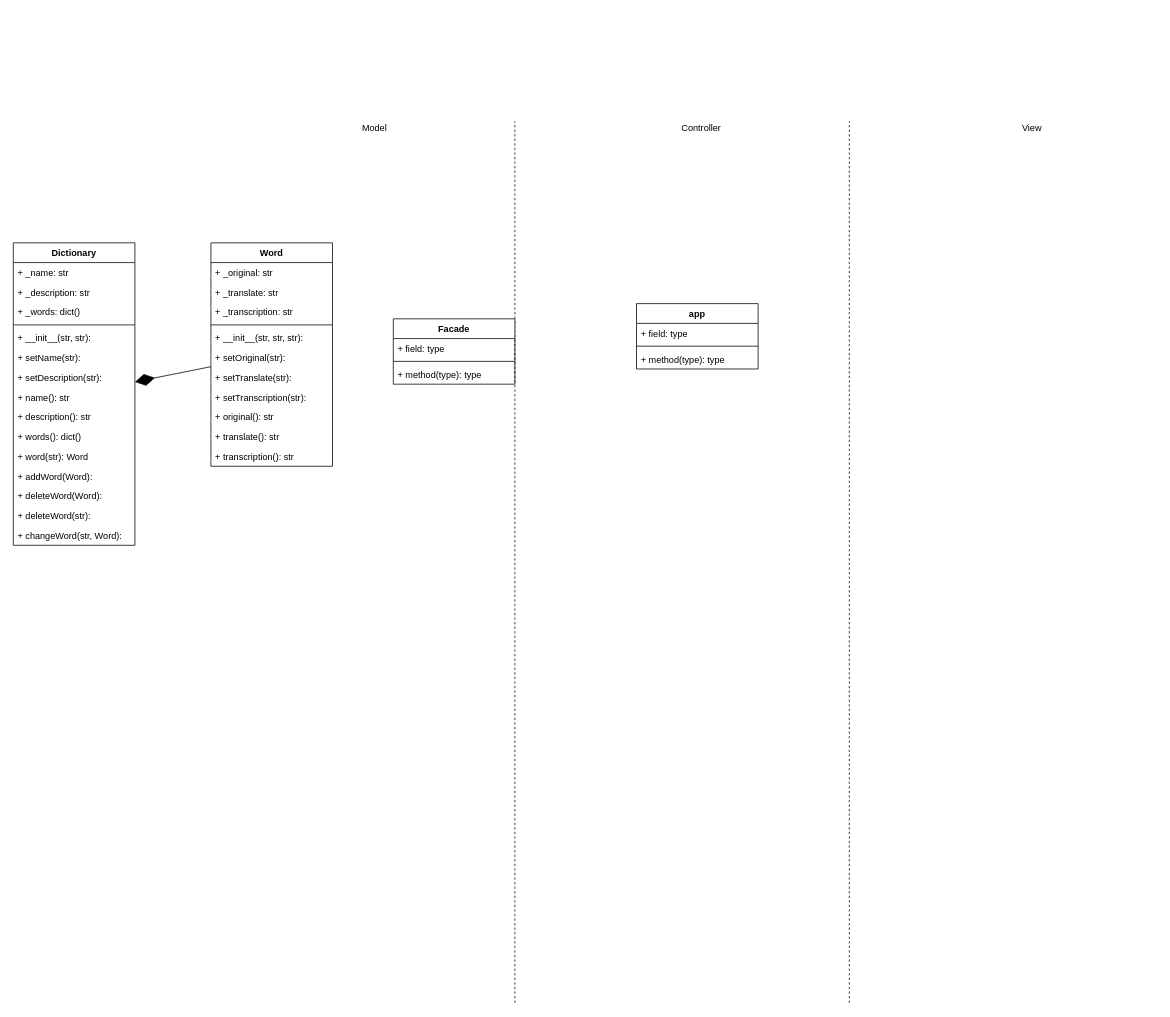
Before: page "classes" (5 of 5) of schemes/scheme.drawio in vikk777/Smart-Dictionary, a draw.io diagram. Source tidied: cells renumbered, new cells numbered last; positions are measured from the earlier drawing's top-left corner, leaving out a move shared by most shapes. Both pictures are drawn from the tidied source at 76%, with x=0, y=0 at pixel (13, 121).
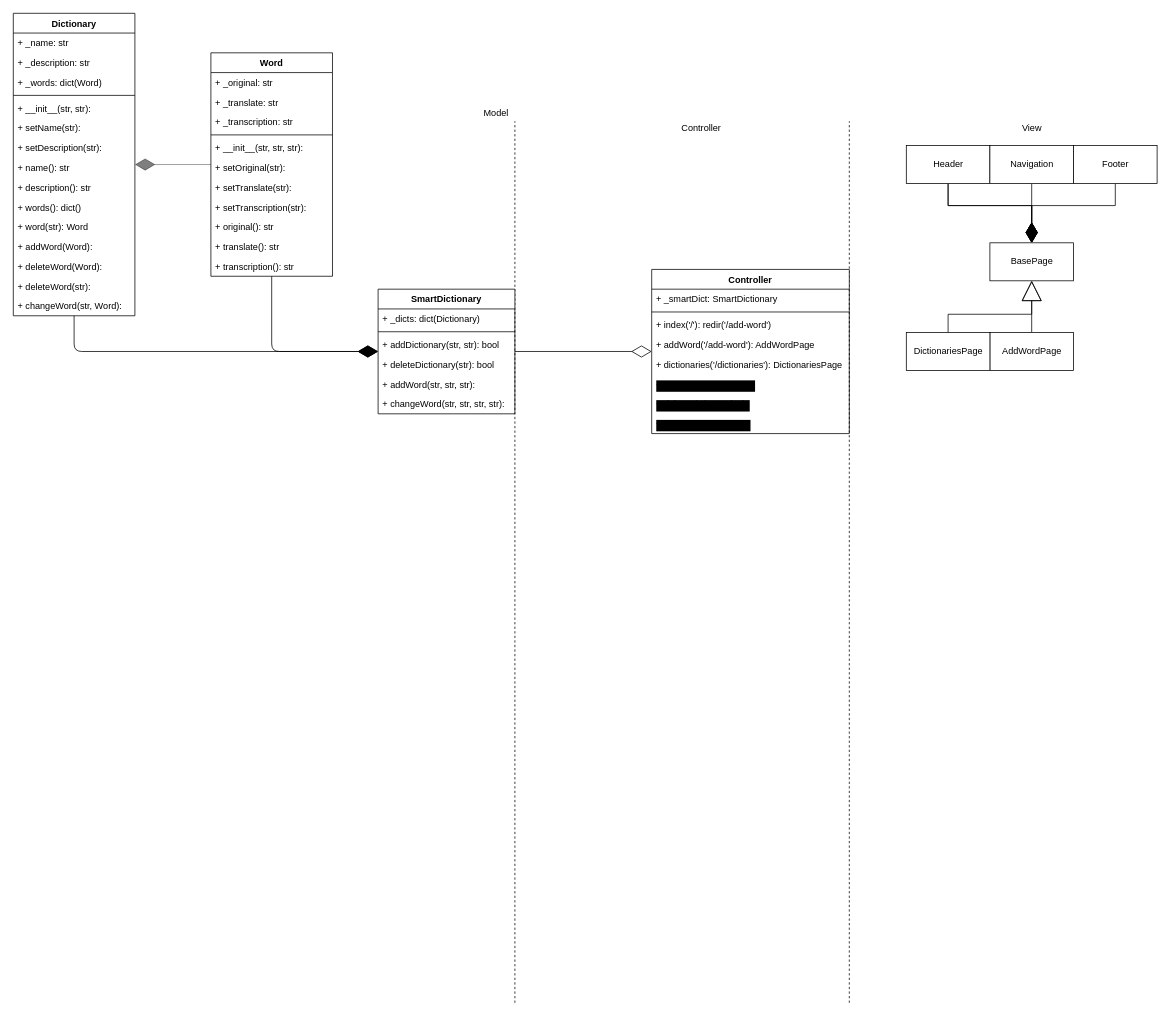
Above is the later version.

Commit message (it also covers changes not shown here):
smartDict and controller added to scheme. Improve Dictionary.changeWord()

Change to the diagram source:
```diff
@@
     <mxCell id="4" value="Model" style="text;html=1;align=center;verticalAlign=middle;" parent="1" vertex="1">
-      <mxGeometry x="450" width="50" height="20" as="geometry" />
+      <mxGeometry x="610" y="-20" width="50" height="20" as="geometry" />
     </mxCell>
@@
-    <mxCell id="7" value="app" style="swimlane;fontStyle=1;align=center;verticalAlign=top;horizontal=1;startSize=26;" parent="1" vertex="1">
-      <mxGeometry x="820" y="240" width="160" height="86" as="geometry" />
+    <mxCell id="7" value="Controller" style="swimlane;fontStyle=1;align=center;verticalAlign=top;horizontal=1;startSize=26;" parent="1" vertex="1">
+      <mxGeometry x="840" y="195" width="260" height="216" as="geometry" />
     </mxCell>
-    <mxCell id="8" value="+ field: type" style="text;strokeColor=none;fillColor=none;align=left;verticalAlign=top;spacingLeft=4;spacingRight=4;overflow=hidden;" parent="7" vertex="1">
-      <mxGeometry y="26" width="160" height="26" as="geometry" />
+    <mxCell id="8" value="+ _smartDict: SmartDictionary" style="text;strokeColor=none;fillColor=none;align=left;verticalAlign=top;spacingLeft=4;spacingRight=4;overflow=hidden;" parent="7" vertex="1">
+      <mxGeometry y="26" width="260" height="26" as="geometry" />
     </mxCell>
     <mxCell id="9" style="line;strokeWidth=1;fillColor=none;align=left;verticalAlign=middle;spacingTop=-1;spacingLeft=3;spacingRight=3;labelPosition=right;" parent="7" vertex="1">
-      <mxGeometry y="52" width="160" height="8" as="geometry" />
+      <mxGeometry y="52" width="260" height="8" as="geometry" />
     </mxCell>
-    <mxCell id="10" value="+ method(type): type" style="text;strokeColor=none;fillColor=none;align=left;verticalAlign=top;spacingLeft=4;spacingRight=4;overflow=hidden;" parent="7" vertex="1">
-      <mxGeometry y="60" width="160" height="26" as="geometry" />
+    <mxCell id="10" value="+ index('/'): redir('/add-word')" style="text;strokeColor=none;fillColor=none;align=left;verticalAlign=top;spacingLeft=4;spacingRight=4;overflow=hidden;" parent="7" vertex="1">
+      <mxGeometry y="60" width="260" height="26" as="geometry" />
     </mxCell>
+    <mxCell id="44" value="+ addWord('/add-word'): AddWordPage" style="text;strokeColor=none;fillColor=none;align=left;verticalAlign=top;spacingLeft=4;spacingRight=4;overflow=hidden;" parent="7" vertex="1">
+      <mxGeometry y="86" width="260" height="26" as="geometry" />
+    </mxCell>
+    <mxCell id="45" value="+ dictionaries('/dictionaries'): DictionariesPage" style="text;strokeColor=none;fillColor=none;align=left;verticalAlign=top;spacingLeft=4;spacingRight=4;overflow=hidden;" parent="7" vertex="1">
+      <mxGeometry y="112" width="260" height="26" as="geometry" />
+    </mxCell>
+    <mxCell id="46" value="+ addDictionary(str, str):" style="text;strokeColor=none;fillColor=none;align=left;verticalAlign=top;spacingLeft=4;spacingRight=4;overflow=hidden;labelBackgroundColor=#000000;" parent="7" vertex="1">
+      <mxGeometry y="138" width="260" height="26" as="geometry" />
+    </mxCell>
+    <mxCell id="47" value="+ deleteDictionary(str):" style="text;strokeColor=none;fillColor=none;align=left;verticalAlign=top;spacingLeft=4;spacingRight=4;overflow=hidden;labelBackgroundColor=#000000;" parent="7" vertex="1">
+      <mxGeometry y="164" width="260" height="26" as="geometry" />
+    </mxCell>
+    <mxCell id="48" value="+ addWord(str, str, str):" style="text;strokeColor=none;fillColor=none;align=left;verticalAlign=top;spacingLeft=4;spacingRight=4;overflow=hidden;labelBackgroundColor=#000000;" parent="7" vertex="1">
+      <mxGeometry y="190" width="260" height="26" as="geometry" />
+    </mxCell>
-    <mxCell id="11" value="Facade" style="swimlane;fontStyle=1;align=center;verticalAlign=top;horizontal=1;startSize=26;" parent="1" vertex="1">
-      <mxGeometry x="500" y="260" width="160" height="86" as="geometry" />
+    <mxCell id="11" value="SmartDictionary" style="swimlane;fontStyle=1;align=center;verticalAlign=top;horizontal=1;startSize=26;" parent="1" vertex="1">
+      <mxGeometry x="480" y="221" width="180" height="164" as="geometry" />
     </mxCell>
-    <mxCell id="12" value="+ field: type" style="text;strokeColor=none;fillColor=none;align=left;verticalAlign=top;spacingLeft=4;spacingRight=4;overflow=hidden;" parent="11" vertex="1">
-      <mxGeometry y="26" width="160" height="26" as="geometry" />
+    <mxCell id="12" value="+ _dicts: dict(Dictionary)" style="text;strokeColor=none;fillColor=none;align=left;verticalAlign=top;spacingLeft=4;spacingRight=4;overflow=hidden;" parent="11" vertex="1">
+      <mxGeometry y="26" width="180" height="26" as="geometry" />
     </mxCell>
     <mxCell id="13" style="line;strokeWidth=1;fillColor=none;align=left;verticalAlign=middle;spacingTop=-1;spacingLeft=3;spacingRight=3;labelPosition=right;" parent="11" vertex="1">
-      <mxGeometry y="52" width="160" height="8" as="geometry" />
+      <mxGeometry y="52" width="180" height="8" as="geometry" />
     </mxCell>
-    <mxCell id="14" value="+ method(type): type" style="text;strokeColor=none;fillColor=none;align=left;verticalAlign=top;spacingLeft=4;spacingRight=4;overflow=hidden;" parent="11" vertex="1">
-      <mxGeometry y="60" width="160" height="26" as="geometry" />
+    <mxCell id="14" value="+ addDictionary(str, str): bool" style="text;strokeColor=none;fillColor=none;align=left;verticalAlign=top;spacingLeft=4;spacingRight=4;overflow=hidden;" parent="11" vertex="1">
+      <mxGeometry y="60" width="180" height="26" as="geometry" />
     </mxCell>
+    <mxCell id="49" value="+ deleteDictionary(str): bool" style="text;strokeColor=none;fillColor=none;align=left;verticalAlign=top;spacingLeft=4;spacingRight=4;overflow=hidden;" parent="11" vertex="1">
+      <mxGeometry y="86" width="180" height="26" as="geometry" />
+    </mxCell>
+    <mxCell id="50" value="+ addWord(str, str, str):" style="text;strokeColor=none;fillColor=none;align=left;verticalAlign=top;spacingLeft=4;spacingRight=4;overflow=hidden;" parent="11" vertex="1">
+      <mxGeometry y="112" width="180" height="26" as="geometry" />
+    </mxCell>
+    <mxCell id="51" value="+ changeWord(str, str, str, str):" style="text;strokeColor=none;fillColor=none;align=left;verticalAlign=top;spacingLeft=4;spacingRight=4;overflow=hidden;" parent="11" vertex="1">
+      <mxGeometry y="138" width="180" height="26" as="geometry" />
+    </mxCell>
     <mxCell id="15" value="Word" style="swimlane;fontStyle=1;align=center;verticalAlign=top;horizontal=1;startSize=26;" parent="1" vertex="1">
-      <mxGeometry x="260" y="160" width="160" height="294" as="geometry" />
+      <mxGeometry x="260" y="-90" width="160" height="294" as="geometry" />
     </mxCell>
@@
     <mxCell id="27" value="Dictionary" style="swimlane;fontStyle=1;align=center;verticalAlign=top;horizontal=1;startSize=26;" parent="1" vertex="1">
-      <mxGeometry y="160" width="160" height="398" as="geometry" />
+      <mxGeometry y="-142" width="160" height="398" as="geometry" />
     </mxCell>
@@
-    <mxCell id="30" value="+ _words: dict()" style="text;strokeColor=none;fillColor=none;align=left;verticalAlign=top;spacingLeft=4;spacingRight=4;overflow=hidden;" parent="27" vertex="1">
+    <mxCell id="30" value="+ _words: dict(Word)" style="text;strokeColor=none;fillColor=none;align=left;verticalAlign=top;spacingLeft=4;spacingRight=4;overflow=hidden;" parent="27" vertex="1">
       <mxGeometry y="78" width="160" height="26" as="geometry" />
     </mxCell>
@@
-    <mxCell id="43" style="endArrow=diamondThin;endFill=1;endSize=24;html=1;" parent="1" edge="1" source="15" target="27">
+    <mxCell id="43" style="endArrow=diamondThin;endFill=1;endSize=24;html=1;opacity=50;" parent="1" edge="1" source="15" target="27">
       <mxGeometry relative="1" as="geometry" />
     </mxCell>
+    <mxCell id="52" style="endArrow=diamondThin;endFill=0;endSize=24;html=1;" parent="1" edge="1" source="11" target="7">
+      <mxGeometry relative="1" as="geometry" />
+    </mxCell>
+    <mxCell id="53" style="endArrow=diamondThin;endFill=1;endSize=24;html=1;" parent="1" edge="1" source="15" target="11">
+      <mxGeometry relative="1" as="geometry">
+        <Array as="points">
+          <mxPoint x="340" y="303" />
+        </Array>
+      </mxGeometry>
+    </mxCell>
+    <mxCell id="54" style="endArrow=diamondThin;endFill=1;endSize=24;html=1;" parent="1" edge="1" source="27" target="11">
+      <mxGeometry relative="1" as="geometry">
+        <Array as="points">
+          <mxPoint x="80" y="303" />
+        </Array>
+      </mxGeometry>
+    </mxCell>
+    <mxCell id="55" value="BasePage" style="html=1;" parent="1" vertex="1">
+      <mxGeometry x="1285" y="160" width="110" height="50" as="geometry" />
+    </mxCell>
+    <mxCell id="56" style="edgeStyle=orthogonalEdgeStyle;rounded=0;jettySize=auto;html=1;endArrow=diamondThin;endFill=1;endSize=24;strokeWidth=1;" parent="1" edge="1" source="58" target="55">
+      <mxGeometry relative="1" as="geometry" />
+    </mxCell>
+    <mxCell id="57" style="edgeStyle=orthogonalEdgeStyle;rounded=0;jettySize=auto;html=1;endArrow=diamondThin;endFill=1;endSize=24;strokeWidth=1;" parent="1" edge="1" source="58" target="55">
+      <mxGeometry relative="1" as="geometry" />
+    </mxCell>
+    <mxCell id="58" value="Header" style="html=1;" parent="1" vertex="1">
+      <mxGeometry x="1175" y="32" width="110" height="50" as="geometry" />
+    </mxCell>
+    <mxCell id="59" style="edgeStyle=orthogonalEdgeStyle;rounded=0;jettySize=auto;html=1;endArrow=diamondThin;endFill=1;endSize=24;strokeWidth=1;" parent="1" edge="1" source="60" target="55">
+      <mxGeometry relative="1" as="geometry" />
+    </mxCell>
+    <mxCell id="60" value="Navigation" style="html=1;" parent="1" vertex="1">
+      <mxGeometry x="1285" y="32" width="110" height="50" as="geometry" />
+    </mxCell>
+    <mxCell id="61" style="edgeStyle=orthogonalEdgeStyle;rounded=0;jettySize=auto;html=1;endArrow=diamondThin;endFill=1;endSize=24;strokeWidth=1;" parent="1" edge="1" source="62" target="55">
+      <mxGeometry relative="1" as="geometry" />
+    </mxCell>
+    <mxCell id="62" value="Footer" style="html=1;" parent="1" vertex="1">
+      <mxGeometry x="1395" y="32" width="110" height="50" as="geometry" />
+    </mxCell>
+    <mxCell id="63" style="edgeStyle=orthogonalEdgeStyle;rounded=0;jettySize=auto;html=1;endArrow=block;endFill=0;endSize=24;strokeWidth=1;" parent="1" edge="1" source="64" target="55">
+      <mxGeometry relative="1" as="geometry" />
+    </mxCell>
+    <mxCell id="64" value="AddWordPage" style="html=1;" parent="1" vertex="1">
+      <mxGeometry x="1285" y="278" width="110" height="50" as="geometry" />
+    </mxCell>
+    <mxCell id="65" style="edgeStyle=orthogonalEdgeStyle;rounded=0;jettySize=auto;html=1;endArrow=block;endFill=0;endSize=24;strokeWidth=1;" parent="1" edge="1" source="66" target="55">
+      <mxGeometry relative="1" as="geometry" />
+    </mxCell>
+    <mxCell id="66" value="DictionariesPage" style="html=1;" parent="1" vertex="1">
+      <mxGeometry x="1175" y="278" width="110" height="50" as="geometry" />
+    </mxCell>
```
